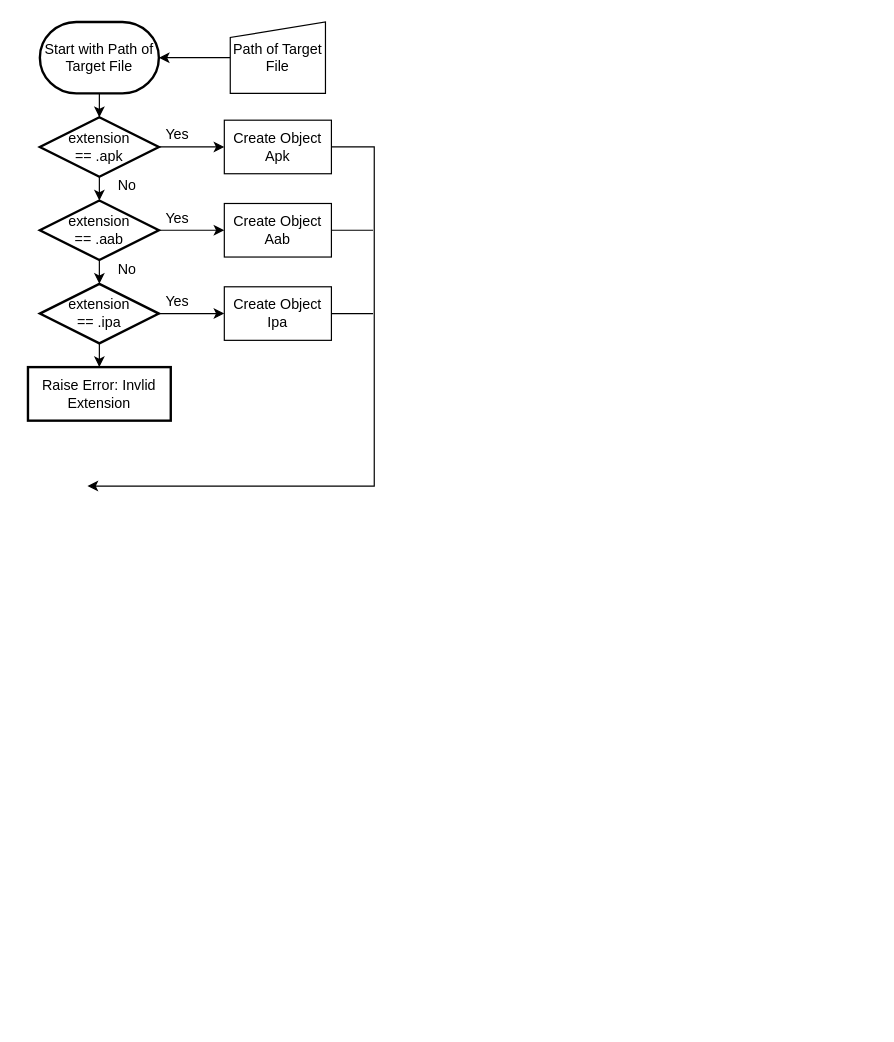
This is Untitled Diagram.drawio from Choi-Suhyeon/ulangCompiler, a draw.io file, before an edit. Source tidied: cells renumbered, new cells numbered last; positions are measured from the earlier drawing's top-left corner, leaving out a move shared by most shapes. Both pictures are drawn from the tidied source at 119%, with x=0, y=0 at pixel (27, 21).
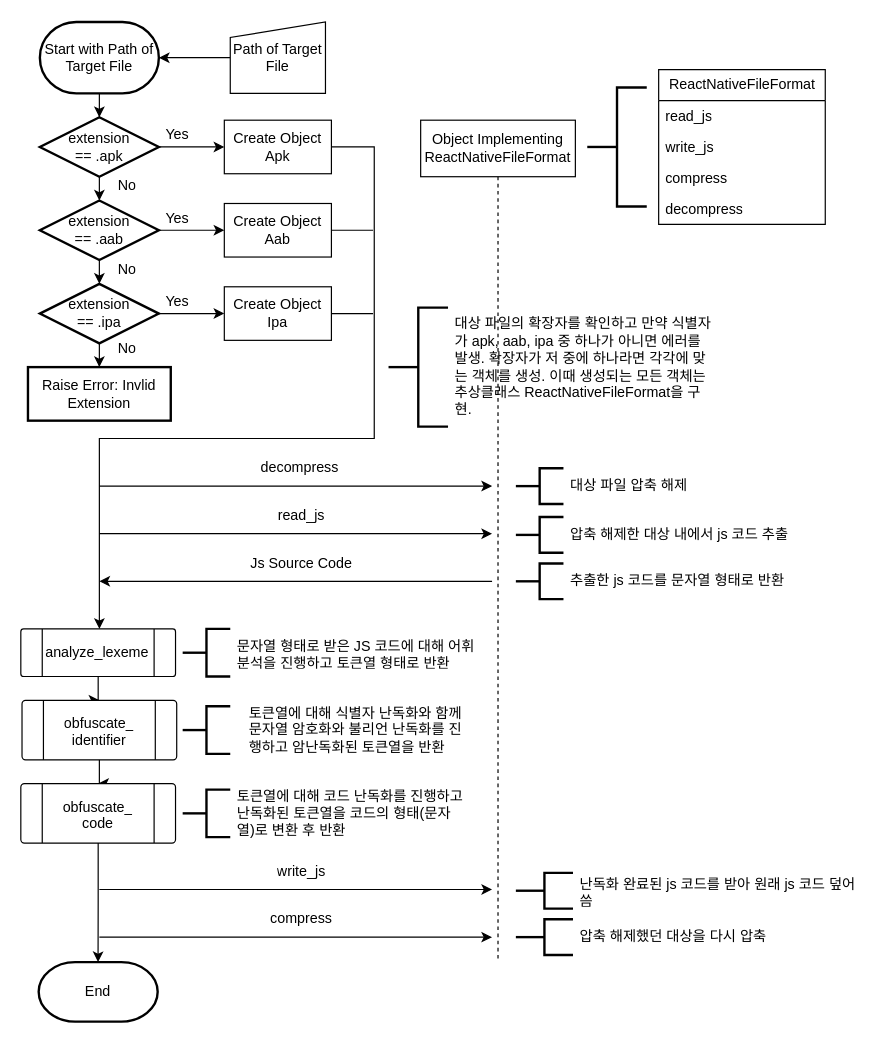
The same page after the edit.

Unchanged cells that the change refers to:
```xml
<mxCell id="14" value="Create Object Apk" style="rounded=0;whiteSpace=wrap;html=1;" parent="1" vertex="1">
  <mxGeometry x="165" y="82.5" width="90" height="45" as="geometry" />
</mxCell>
```

Change to the diagram source:
```diff
@@
     <mxCell id="13" style="edgeStyle=orthogonalEdgeStyle;rounded=0;jettySize=auto;html=1;exitX=1;exitY=0.5;exitDx=0;exitDy=0;" parent="1" edge="1" source="14">
       <mxGeometry relative="1" as="geometry">
-        <mxPoint x="50" y="390" as="targetPoint" />
+        <mxPoint x="60" y="510" as="targetPoint" />
         <Array as="points">
           <mxPoint x="291" y="105" />
-          <mxPoint x="291" y="390" />
+          <mxPoint x="291" y="350" />
+          <mxPoint x="60" y="350" />
         </Array>
       </mxGeometry>
     </mxCell>
@@
+    <mxCell id="27" style="edgeStyle=orthogonalEdgeStyle;rounded=0;jettySize=auto;html=1;exitX=0.5;exitY=1;exitDx=0;exitDy=0;dashed=1;endArrow=none;endFill=0;" parent="1" edge="1" source="28">
+      <mxGeometry relative="1" as="geometry">
+        <mxPoint x="395" y="790" as="targetPoint" />
+      </mxGeometry>
+    </mxCell>
+    <mxCell id="28" value="Object Implementing ReactNativeFileFormat" style="rounded=0;whiteSpace=wrap;html=1;" parent="1" vertex="1">
+      <mxGeometry x="330" y="82.5" width="130" height="47.5" as="geometry" />
+    </mxCell>
+    <mxCell id="29" style="endArrow=classic;html=1;rounded=0;" parent="1" edge="1">
+      <mxGeometry relative="1" as="geometry">
+        <mxPoint x="60" y="390" as="sourcePoint" />
+        <mxPoint x="390" y="390" as="targetPoint" />
+      </mxGeometry>
+    </mxCell>
+    <mxCell id="30" value="decompress" style="text;strokeColor=none;fillColor=none;align=left;verticalAlign=middle;spacingLeft=4;spacingRight=4;overflow=hidden;whiteSpace=wrap;html=1;" parent="1" vertex="1">
+      <mxGeometry x="190" y="360" width="80" height="30" as="geometry" />
+    </mxCell>
+    <mxCell id="31" style="endArrow=classic;html=1;rounded=0;" parent="1" edge="1">
+      <mxGeometry relative="1" as="geometry">
+        <mxPoint x="60" y="430" as="sourcePoint" />
+        <mxPoint x="390" y="430" as="targetPoint" />
+      </mxGeometry>
+    </mxCell>
+    <mxCell id="32" value="read_js" style="text;strokeColor=none;fillColor=none;align=center;verticalAlign=middle;spacingLeft=4;spacingRight=4;overflow=hidden;whiteSpace=wrap;html=1;" parent="1" vertex="1">
+      <mxGeometry x="190" y="400" width="80" height="30" as="geometry" />
+    </mxCell>
+    <mxCell id="33" style="endArrow=none;html=1;rounded=0;endFill=0;startArrow=classic;startFill=1;" parent="1" edge="1">
+      <mxGeometry relative="1" as="geometry">
+        <mxPoint x="60" y="470" as="sourcePoint" />
+        <mxPoint x="390" y="470" as="targetPoint" />
+      </mxGeometry>
+    </mxCell>
+    <mxCell id="34" value="Js Source Code" style="text;strokeColor=none;fillColor=none;align=center;verticalAlign=middle;spacingLeft=4;spacingRight=4;overflow=hidden;whiteSpace=wrap;html=1;" parent="1" vertex="1">
+      <mxGeometry x="180" y="440" width="100" height="30" as="geometry" />
+    </mxCell>
+    <mxCell id="35" style="group;" parent="1" vertex="1">
+      <mxGeometry x="-6" y="510" width="130" height="40" as="geometry" />
+    </mxCell>
+    <mxCell id="36" style="verticalLabelPosition=bottom;verticalAlign=top;html=1;shape=process;whiteSpace=wrap;rounded=1;size=0.14;arcSize=6;" parent="35" vertex="1">
+      <mxGeometry width="130" height="40" as="geometry" />
+    </mxCell>
+    <mxCell id="37" value="analyze_lexeme" style="text;strokeColor=none;fillColor=none;align=left;verticalAlign=middle;spacingLeft=4;spacingRight=4;overflow=hidden;whiteSpace=wrap;html=1;" parent="35" vertex="1">
+      <mxGeometry x="15" y="10" width="100" height="20" as="geometry" />
+    </mxCell>
+    <mxCell id="38" style="edgeStyle=orthogonalEdgeStyle;rounded=0;jettySize=auto;html=1;" parent="1" edge="1" source="41" target="45">
+      <mxGeometry relative="1" as="geometry" />
+    </mxCell>
+    <mxCell id="39" style="edgeStyle=orthogonalEdgeStyle;rounded=0;jettySize=auto;html=1;" parent="1" edge="1" source="36" target="41">
+      <mxGeometry relative="1" as="geometry" />
+    </mxCell>
+    <mxCell id="40" style="group;" parent="1" vertex="1">
+      <mxGeometry x="-5" y="570" width="130" height="50" as="geometry" />
+    </mxCell>
+    <mxCell id="41" style="verticalLabelPosition=bottom;verticalAlign=top;html=1;shape=process;whiteSpace=wrap;rounded=1;size=0.14;arcSize=6;" parent="40" vertex="1">
+      <mxGeometry width="130" height="50" as="geometry" />
+    </mxCell>
+    <mxCell id="42" value="obfuscate_&lt;br&gt;&lt;div style=&quot;&quot;&gt;identifier&lt;/div&gt;" style="text;strokeColor=none;fillColor=none;align=center;verticalAlign=middle;spacingLeft=4;spacingRight=4;overflow=hidden;whiteSpace=wrap;html=1;" parent="40" vertex="1">
+      <mxGeometry x="15" y="10" width="100" height="30" as="geometry" />
+    </mxCell>
+    <mxCell id="43" style="group;" parent="1" vertex="1">
+      <mxGeometry x="-6" y="640" width="130" height="50" as="geometry" />
+    </mxCell>
+    <mxCell id="44" style="edgeStyle=orthogonalEdgeStyle;rounded=0;jettySize=auto;html=1;exitX=0.5;exitY=1;exitDx=0;exitDy=0;" parent="43" edge="1" source="45">
+      <mxGeometry relative="1" as="geometry">
+        <mxPoint x="64.9" y="150" as="targetPoint" />
+      </mxGeometry>
+    </mxCell>
+    <mxCell id="45" style="verticalLabelPosition=bottom;verticalAlign=top;html=1;shape=process;whiteSpace=wrap;rounded=1;size=0.14;arcSize=6;" parent="43" vertex="1">
+      <mxGeometry width="130" height="50" as="geometry" />
+    </mxCell>
+    <mxCell id="46" value="obfuscate_&lt;br&gt;&lt;div style=&quot;&quot;&gt;code&lt;/div&gt;" style="text;strokeColor=none;fillColor=none;align=center;verticalAlign=middle;spacingLeft=4;spacingRight=4;overflow=hidden;whiteSpace=wrap;html=1;" parent="43" vertex="1">
+      <mxGeometry x="15" y="10" width="100" height="30" as="geometry" />
+    </mxCell>
+    <mxCell id="47" style="endArrow=classic;html=1;rounded=0;" parent="1" edge="1">
+      <mxGeometry relative="1" as="geometry">
+        <mxPoint x="60" y="729" as="sourcePoint" />
+        <mxPoint x="390" y="729" as="targetPoint" />
+      </mxGeometry>
+    </mxCell>
+    <mxCell id="48" style="endArrow=classic;html=1;rounded=0;" parent="1" edge="1">
+      <mxGeometry relative="1" as="geometry">
+        <mxPoint x="60" y="769" as="sourcePoint" />
+        <mxPoint x="390" y="769" as="targetPoint" />
+      </mxGeometry>
+    </mxCell>
+    <mxCell id="49" value="write_js" style="text;strokeColor=none;fillColor=none;align=center;verticalAlign=middle;spacingLeft=4;spacingRight=4;overflow=hidden;whiteSpace=wrap;html=1;" parent="1" vertex="1">
+      <mxGeometry x="180" y="699" width="100" height="30" as="geometry" />
+    </mxCell>
+    <mxCell id="50" value="compress" style="text;strokeColor=none;fillColor=none;align=center;verticalAlign=middle;spacingLeft=4;spacingRight=4;overflow=hidden;whiteSpace=wrap;html=1;" parent="1" vertex="1">
+      <mxGeometry x="180" y="739" width="100" height="30" as="geometry" />
+    </mxCell>
+    <mxCell id="51" value="End" style="strokeWidth=2;html=1;shape=mxgraph.flowchart.terminator;whiteSpace=wrap;" parent="1" vertex="1">
+      <mxGeometry x="9" y="790" width="100" height="50" as="geometry" />
+    </mxCell>
+    <mxCell id="52" value="No" style="text;strokeColor=none;fillColor=none;align=left;verticalAlign=middle;spacingLeft=4;spacingRight=4;overflow=hidden;whiteSpace=wrap;html=1;" parent="1" vertex="1">
+      <mxGeometry x="70" y="260" width="30" height="30" as="geometry" />
+    </mxCell>
+    <mxCell id="53" style="strokeWidth=2;html=1;shape=mxgraph.flowchart.annotation_2;align=left;labelPosition=right;" parent="1" vertex="1">
+      <mxGeometry x="130" y="575" width="40" height="40" as="geometry" />
+    </mxCell>
+    <mxCell id="54" value="토큰열에 대해 식별자 난독화와 함께 문자열 암호화와 불리언 난독화를 진행하고 암난독화된 토큰열을 반환" style="text;strokeColor=none;fillColor=none;align=left;verticalAlign=middle;spacingLeft=4;spacingRight=4;overflow=hidden;whiteSpace=wrap;html=1;" parent="1" vertex="1">
+      <mxGeometry x="180" y="570" width="190" height="50" as="geometry" />
+    </mxCell>
+    <mxCell id="55" style="strokeWidth=2;html=1;shape=mxgraph.flowchart.annotation_2;align=left;labelPosition=right;" parent="1" vertex="1">
+      <mxGeometry x="130" y="645" width="40" height="40" as="geometry" />
+    </mxCell>
+    <mxCell id="56" value="토큰열에 대해 코드 난독화를 진행하고 난독화된 토큰열을 코드의 형태(문자열)로 변환 후 반환" style="text;strokeColor=none;fillColor=none;align=left;verticalAlign=middle;spacingLeft=4;spacingRight=4;overflow=hidden;whiteSpace=wrap;html=1;" parent="1" vertex="1">
+      <mxGeometry x="170" y="640" width="200" height="50" as="geometry" />
+    </mxCell>
+    <mxCell id="57" style="strokeWidth=2;html=1;shape=mxgraph.flowchart.annotation_2;align=left;labelPosition=right;" parent="1" vertex="1">
+      <mxGeometry x="470" y="55" width="50" height="100" as="geometry" />
+    </mxCell>
+    <mxCell id="58" value="ReactNativeFileFormat" style="swimlane;fontStyle=0;horizontal=1;startSize=26;fillColor=none;html=1;" parent="1" vertex="1">
+      <mxGeometry x="530" y="40" width="140" height="130" as="geometry" />
+    </mxCell>
+    <mxCell id="59" value="read_js" style="text;strokeColor=none;fillColor=none;align=left;verticalAlign=top;spacingLeft=4;spacingRight=4;overflow=hidden;whiteSpace=wrap;html=1;" parent="58" vertex="1">
+      <mxGeometry y="26" width="140" height="26" as="geometry" />
+    </mxCell>
+    <mxCell id="60" value="write_js" style="text;strokeColor=none;fillColor=none;align=left;verticalAlign=top;spacingLeft=4;spacingRight=4;overflow=hidden;whiteSpace=wrap;html=1;" parent="58" vertex="1">
+      <mxGeometry y="52" width="140" height="26" as="geometry" />
+    </mxCell>
+    <mxCell id="61" value="compress" style="text;strokeColor=none;fillColor=none;align=left;verticalAlign=top;spacingLeft=4;spacingRight=4;overflow=hidden;whiteSpace=wrap;html=1;" parent="58" vertex="1">
+      <mxGeometry y="78" width="140" height="26" as="geometry" />
+    </mxCell>
+    <mxCell id="62" value="decompress" style="text;strokeColor=none;fillColor=none;align=left;verticalAlign=top;spacingLeft=4;spacingRight=4;overflow=hidden;whiteSpace=wrap;html=1;" parent="58" vertex="1">
+      <mxGeometry y="104" width="140" height="26" as="geometry" />
+    </mxCell>
+    <mxCell id="63" style="group;" parent="1" vertex="1">
+      <mxGeometry x="303" y="240" width="277" height="100" as="geometry" />
+    </mxCell>
+    <mxCell id="64" style="strokeWidth=2;html=1;shape=mxgraph.flowchart.annotation_2;align=left;labelPosition=right;" parent="63" vertex="1">
+      <mxGeometry width="50" height="100" as="geometry" />
+    </mxCell>
+    <mxCell id="65" value="대상 파일의 확장자를 확인하고 만약 식별자가 apk, aab, ipa 중 하나가 아니면 에러를 발생. 확장자가 저 중에 하나라면 각각에 맞는 객체를 생성. 이때 생성되는 모든 객체는 추상클래스 ReactNativeFileFormat을 구현." style="text;strokeColor=none;fillColor=none;align=left;verticalAlign=middle;spacingLeft=4;spacingRight=4;overflow=hidden;whiteSpace=wrap;html=1;" parent="63" vertex="1">
+      <mxGeometry x="50" width="227" height="100" as="geometry" />
+    </mxCell>
+    <mxCell id="66" style="group;" parent="1" vertex="1">
+      <mxGeometry x="130" y="510" width="250" height="40" as="geometry" />
+    </mxCell>
+    <mxCell id="67" style="strokeWidth=2;html=1;shape=mxgraph.flowchart.annotation_2;align=left;labelPosition=right;" parent="66" vertex="1">
+      <mxGeometry width="40" height="40" as="geometry" />
+    </mxCell>
+    <mxCell id="68" value="문자열 형태로 받은 JS 코드에 대해 어휘 분석을 진행하고 토큰열 형태로 반환" style="text;strokeColor=none;fillColor=none;align=left;verticalAlign=middle;spacingLeft=4;spacingRight=4;overflow=hidden;whiteSpace=wrap;html=1;" parent="66" vertex="1">
+      <mxGeometry x="40" y="5" width="210" height="30" as="geometry" />
+    </mxCell>
+    <mxCell id="69" style="group;" parent="1" vertex="1">
+      <mxGeometry x="410" y="375" width="250" height="30" as="geometry" />
+    </mxCell>
+    <mxCell id="70" style="strokeWidth=2;html=1;shape=mxgraph.flowchart.annotation_2;align=left;labelPosition=right;" parent="69" vertex="1">
+      <mxGeometry width="40" height="30" as="geometry" />
+    </mxCell>
+    <mxCell id="71" value="대상 파일 압축 해제" style="text;strokeColor=none;fillColor=none;align=left;verticalAlign=middle;spacingLeft=4;spacingRight=4;overflow=hidden;whiteSpace=wrap;html=1;" parent="69" vertex="1">
+      <mxGeometry x="40" width="210" height="30" as="geometry" />
+    </mxCell>
+    <mxCell id="72" style="group;" parent="1" vertex="1">
+      <mxGeometry x="410" y="416" width="250" height="30" as="geometry" />
+    </mxCell>
+    <mxCell id="73" style="strokeWidth=2;html=1;shape=mxgraph.flowchart.annotation_2;align=left;labelPosition=right;" parent="72" vertex="1">
+      <mxGeometry width="40" height="30" as="geometry" />
+    </mxCell>
+    <mxCell id="74" value="압축 해제한 대상 내에서 js 코드 추출" style="text;strokeColor=none;fillColor=none;align=left;verticalAlign=middle;spacingLeft=4;spacingRight=4;overflow=hidden;whiteSpace=wrap;html=1;" parent="72" vertex="1">
+      <mxGeometry x="40" width="210" height="30" as="geometry" />
+    </mxCell>
+    <mxCell id="75" style="group;" parent="1" vertex="1">
+      <mxGeometry x="410" y="455" width="250" height="30" as="geometry" />
+    </mxCell>
+    <mxCell id="76" style="strokeWidth=2;html=1;shape=mxgraph.flowchart.annotation_2;align=left;labelPosition=right;" parent="75" vertex="1">
+      <mxGeometry width="40" height="30" as="geometry" />
+    </mxCell>
+    <mxCell id="77" value="추출한 js 코드를 문자열 형태로 반환" style="text;strokeColor=none;fillColor=none;align=left;verticalAlign=middle;spacingLeft=4;spacingRight=4;overflow=hidden;whiteSpace=wrap;html=1;" parent="75" vertex="1">
+      <mxGeometry x="40" width="210" height="30" as="geometry" />
+    </mxCell>
+    <mxCell id="78" style="group;" parent="1" vertex="1">
+      <mxGeometry x="410" y="715" width="300" height="30" as="geometry" />
+    </mxCell>
+    <mxCell id="79" style="strokeWidth=2;html=1;shape=mxgraph.flowchart.annotation_2;align=left;labelPosition=right;" parent="78" vertex="1">
+      <mxGeometry width="48" height="30" as="geometry" />
+    </mxCell>
+    <mxCell id="80" value="난독화 완료된 js 코드를 받아 원래 js 코드 덮어씀" style="text;strokeColor=none;fillColor=none;align=left;verticalAlign=middle;spacingLeft=4;spacingRight=4;overflow=hidden;whiteSpace=wrap;html=1;" parent="78" vertex="1">
+      <mxGeometry x="48" width="252" height="30" as="geometry" />
+    </mxCell>
+    <mxCell id="81" style="group;" parent="1" vertex="1">
+      <mxGeometry x="410" y="754" width="300" height="30" as="geometry" />
+    </mxCell>
+    <mxCell id="82" style="strokeWidth=2;html=1;shape=mxgraph.flowchart.annotation_2;align=left;labelPosition=right;" parent="81" vertex="1">
+      <mxGeometry width="48" height="30" as="geometry" />
+    </mxCell>
+    <mxCell id="83" value="압축 해제했던 대상을 다시 압축" style="text;strokeColor=none;fillColor=none;align=left;verticalAlign=middle;spacingLeft=4;spacingRight=4;overflow=hidden;whiteSpace=wrap;html=1;" parent="81" vertex="1">
+      <mxGeometry x="48" width="252" height="30" as="geometry" />
+    </mxCell>
```
